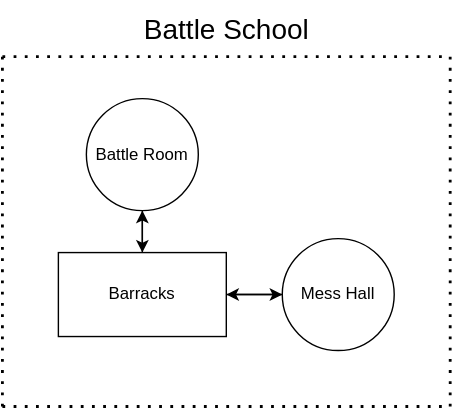
Clayal10/enders_game keeps this draw.io diagram as apps/server/spec/enders-game-map.drawio.svg. Above is the earlier version. Source tidied: cells renumbered, new cells last; positions are measured from the earlier drawing's top-left corner, leaving out a move shared by most shapes.
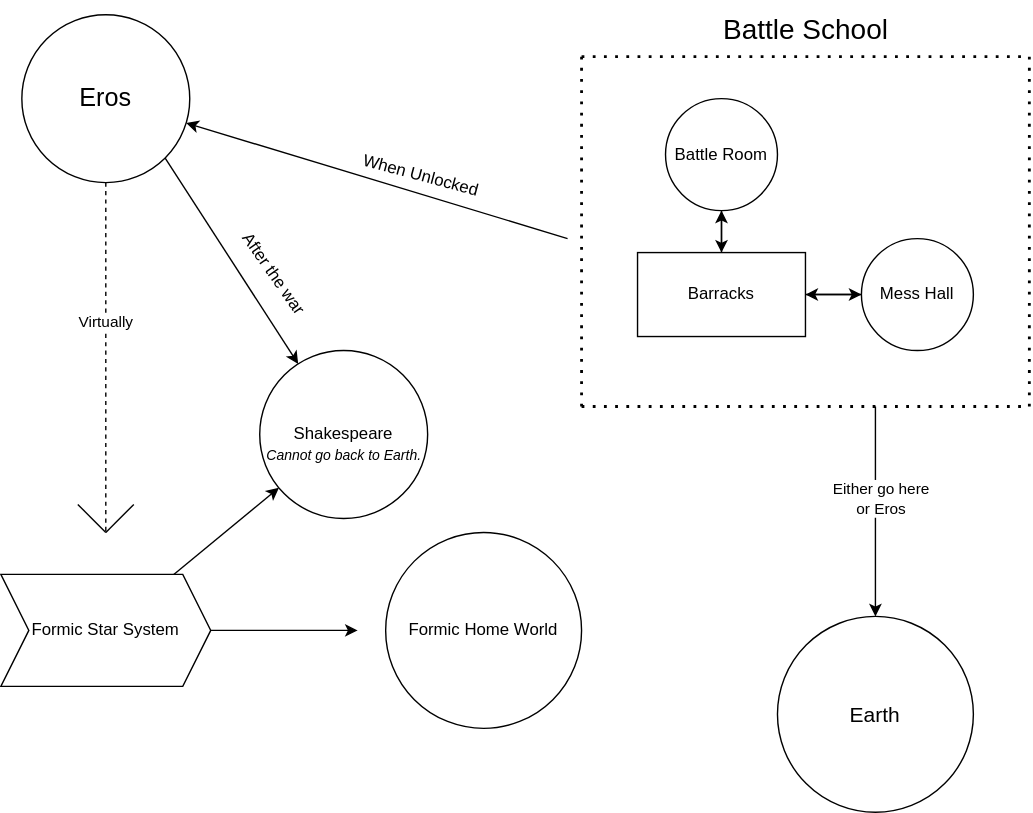
After the commit.

Diff of the diagram source:
```diff
@@ -27,6 +27,9 @@
       <mxGeometry relative="1" as="geometry">
         <mxPoint y="290" as="sourcePoint" />
         <mxPoint y="40" as="targetPoint" />
+        <Array as="points">
+          <mxPoint y="160" />
+        </Array>
       </mxGeometry>
     </mxCell>
     <mxCell id="10" style="endArrow=none;dashed=1;html=1;dashPattern=1 3;strokeWidth=2;" parent="1" edge="1">
@@ -50,5 +53,73 @@
     <mxCell id="13" value="&lt;font style=&quot;font-size: 20px;&quot;&gt;Battle School&lt;/font&gt;" style="text;html=1;align=center;verticalAlign=middle;strokeColor=none;fillColor=none;" parent="1" vertex="1">
       <mxGeometry x="90" width="140" height="40" as="geometry" />
     </mxCell>
+    <mxCell id="14" style="edgeStyle=none;html=1;" parent="1" edge="1" target="16">
+      <mxGeometry relative="1" as="geometry">
+        <mxPoint x="-10" y="170" as="sourcePoint" />
+      </mxGeometry>
+    </mxCell>
+    <mxCell id="15" style="edgeStyle=none;html=1;exitX=1;exitY=1;exitDx=0;exitDy=0;" parent="1" edge="1" source="16" target="26">
+      <mxGeometry relative="1" as="geometry" />
+    </mxCell>
+    <mxCell id="16" value="&lt;font style=&quot;font-size: 18px;&quot;&gt;Eros&lt;/font&gt;" style="ellipse;whiteSpace=wrap;html=1;" parent="1" vertex="1">
+      <mxGeometry x="-400" y="10" width="120" height="120" as="geometry" />
+    </mxCell>
+    <mxCell id="17" value="When Unlocked" style="text;html=1;align=center;verticalAlign=middle;strokeColor=none;fillColor=none;rotation=15;" parent="1" vertex="1">
+      <mxGeometry x="-170" y="110" width="110" height="30" as="geometry" />
+    </mxCell>
+    <mxCell id="18" style="endArrow=none;dashed=1;html=1;exitX=0.5;exitY=1;exitDx=0;exitDy=0;" parent="1" edge="1" source="16">
+      <mxGeometry relative="1" as="geometry">
+        <mxPoint x="-340" y="380" as="targetPoint" />
+      </mxGeometry>
+    </mxCell>
+    <mxCell id="19" value="Virtually" style="edgeLabel;html=1;align=center;verticalAlign=middle;" parent="18" vertex="1">
+      <mxGeometry x="-0.21" y="-1" relative="1" as="geometry" />
+    </mxCell>
+    <mxCell id="20" style="endArrow=none;html=1;" parent="1" edge="1">
+      <mxGeometry relative="1" as="geometry">
+        <mxPoint x="-340" y="380" as="sourcePoint" />
+        <mxPoint x="-320" y="360" as="targetPoint" />
+      </mxGeometry>
+    </mxCell>
+    <mxCell id="21" style="endArrow=none;html=1;" parent="1" edge="1">
+      <mxGeometry relative="1" as="geometry">
+        <mxPoint x="-340" y="380" as="sourcePoint" />
+        <mxPoint x="-360" y="360" as="targetPoint" />
+      </mxGeometry>
+    </mxCell>
+    <mxCell id="22" style="edgeStyle=none;html=1;" parent="1" edge="1" source="24">
+      <mxGeometry relative="1" as="geometry">
+        <mxPoint x="-160" y="450" as="targetPoint" />
+      </mxGeometry>
+    </mxCell>
+    <mxCell id="23" style="edgeStyle=none;html=1;" parent="1" edge="1" source="24" target="26">
+      <mxGeometry relative="1" as="geometry" />
+    </mxCell>
+    <mxCell id="24" value="Formic Star System" style="shape=step;perimeter=stepPerimeter;whiteSpace=wrap;html=1;fixedSize=1;" parent="1" vertex="1">
+      <mxGeometry x="-415" y="410" width="150" height="80" as="geometry" />
+    </mxCell>
+    <mxCell id="25" value="Formic Home World" style="ellipse;whiteSpace=wrap;html=1;" parent="1" vertex="1">
+      <mxGeometry x="-140" y="380" width="140" height="140" as="geometry" />
+    </mxCell>
+    <mxCell id="26" value="Shakespeare" style="ellipse;whiteSpace=wrap;html=1;" parent="1" vertex="1">
+      <mxGeometry x="-230" y="250" width="120" height="120" as="geometry" />
+    </mxCell>
+    <mxCell id="27" value="After the war" style="text;html=1;align=center;verticalAlign=middle;strokeColor=none;fillColor=none;rotation=55;" parent="1" vertex="1">
+      <mxGeometry x="-265" y="180" width="90" height="30" as="geometry" />
+    </mxCell>
+    <mxCell id="28" value="&lt;i&gt;&lt;font style=&quot;font-size: 10px;&quot;&gt;Cannot go back to Earth.&lt;/font&gt;&lt;/i&gt;" style="text;html=1;align=center;verticalAlign=middle;strokeColor=none;fillColor=none;" parent="1" vertex="1">
+      <mxGeometry x="-235" y="310" width="130" height="30" as="geometry" />
+    </mxCell>
+    <mxCell id="29" style="endArrow=classic;html=1;" parent="1" edge="1" target="31">
+      <mxGeometry relative="1" as="geometry">
+        <mxPoint x="210" y="290" as="sourcePoint" />
+      </mxGeometry>
+    </mxCell>
+    <mxCell id="30" value="Either go here&lt;div&gt;or Eros&lt;/div&gt;" style="edgeLabel;html=1;align=center;verticalAlign=middle;" parent="29" vertex="1">
+      <mxGeometry x="-0.13" y="3" relative="1" as="geometry" />
+    </mxCell>
+    <mxCell id="31" value="&lt;font style=&quot;font-size: 15px;&quot;&gt;Earth&lt;/font&gt;" style="ellipse;whiteSpace=wrap;html=1;" parent="1" vertex="1">
+      <mxGeometry x="140" y="440" width="140" height="140" as="geometry" />
+    </mxCell>
   </root>
 </mxGraphModel>
```
